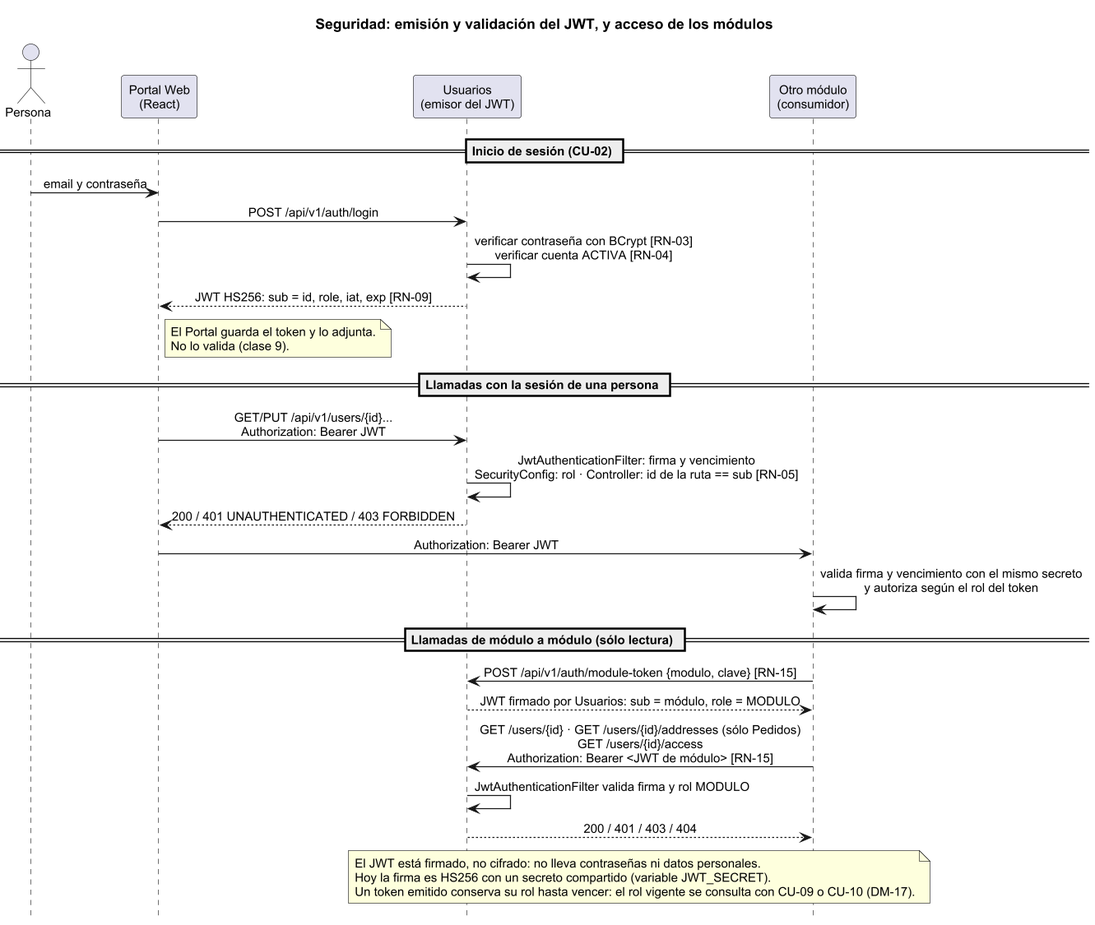
This is doc/Diagramas/seguridad.png from CarlaGorgal2002/deliverygo-usuarios-auth, a PlantUML export, as it was before one commit.
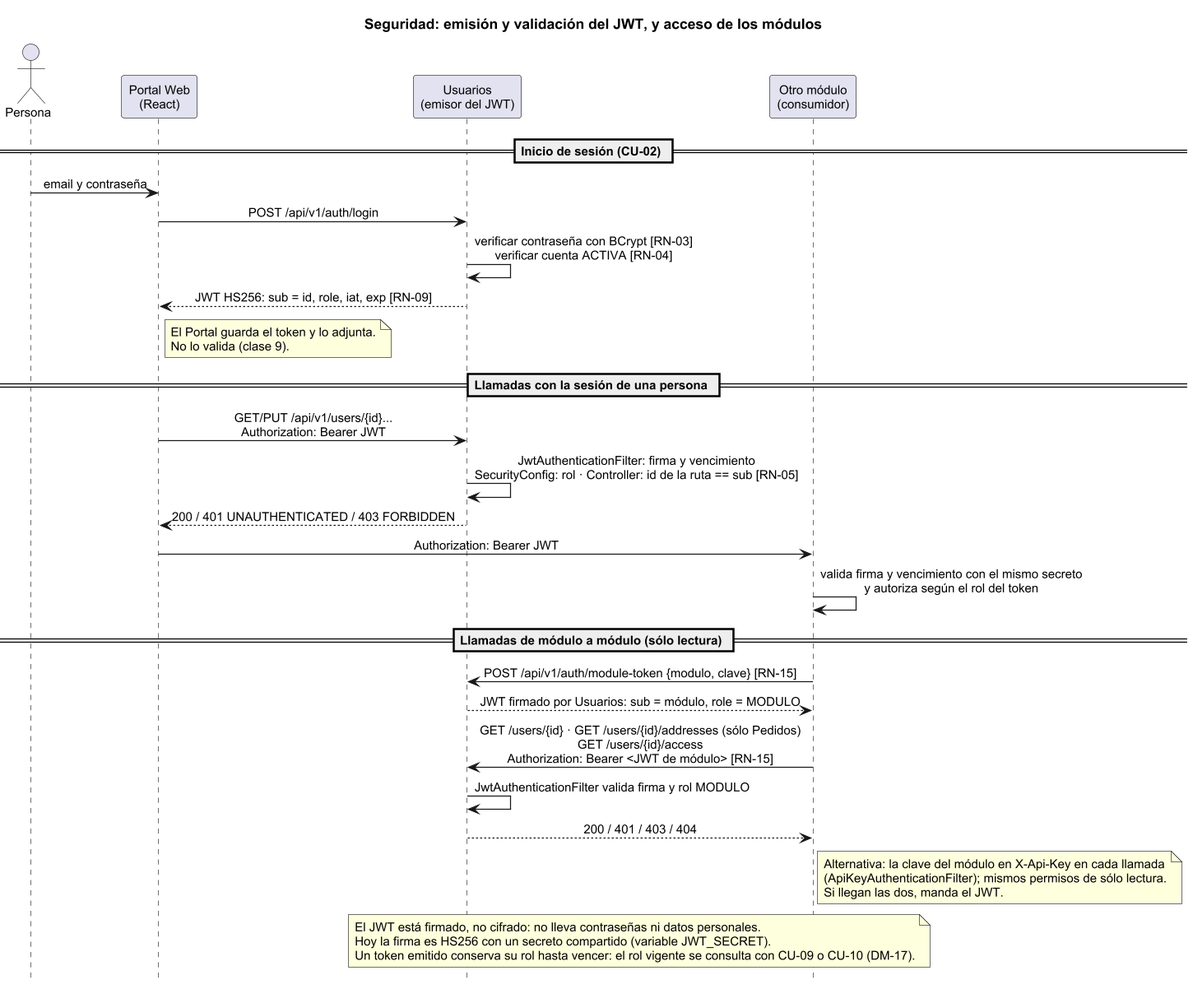
Above is the later version.

Change to the diagram source:
```diff
@@ -32,6 +32,11 @@
 M -> U : GET /users/{id} · GET /users/{id}/addresses (sólo Pedidos)\nGET /users/{id}/access\nAuthorization: Bearer <JWT de módulo> [RN-15]
 U -> U : JwtAuthenticationFilter valida firma y rol MODULO
 U --> M : 200 / 401 / 403 / 404
+note right of M
+  Alternativa: la clave del módulo en X-Api-Key en cada llamada
+  (ApiKeyAuthenticationFilter); mismos permisos de sólo lectura.
+  Si llegan las dos, manda el JWT.
+end note
 
 note over U, M
   El JWT está firmado, no cifrado: no lleva contraseñas ni datos personales.
```
